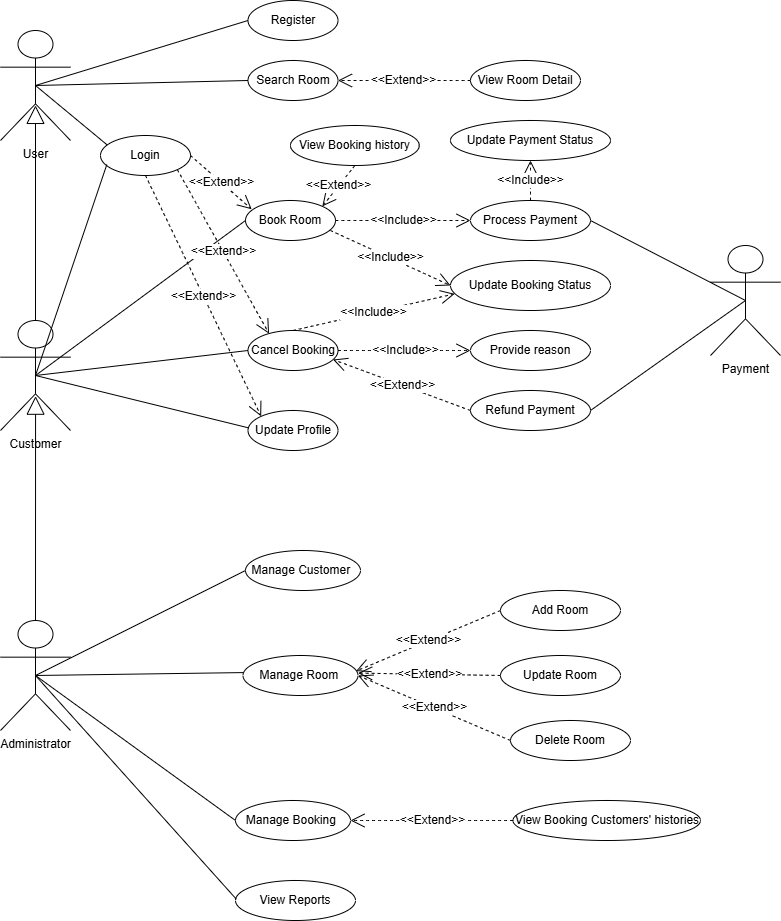
Earlier version of the draw.io export Group 11-Use-case.drawio.png (hoaipv3120-blip/project-of-group-11). Source tidied: cells renumbered, new cells last; positions are measured from the earlier drawing's top-left corner, leaving out a move shared by most shapes.
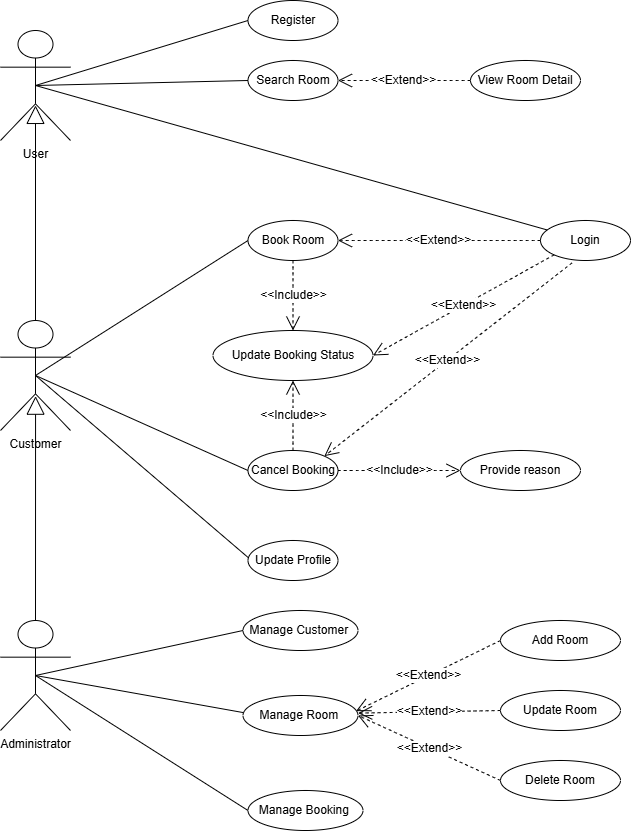
Above is the later version.

What changed in the source:
```diff
@@ -21,7 +21,7 @@
       <mxGeometry x="247.5" width="90" height="40" as="geometry" />
     </mxCell>
     <mxCell id="8" value="Login" style="ellipse;whiteSpace=wrap;html=1;" parent="1" vertex="1">
-      <mxGeometry x="100" y="135" width="90" height="40" as="geometry" />
+      <mxGeometry x="540" y="220" width="90" height="40" as="geometry" />
     </mxCell>
     <mxCell id="9" value="Search Room" style="ellipse;whiteSpace=wrap;html=1;" parent="1" vertex="1">
       <mxGeometry x="247.5" y="60" width="90" height="40" as="geometry" />
@@ -30,17 +30,14 @@
       <mxGeometry x="470" y="60" width="110" height="40" as="geometry" />
     </mxCell>
     <mxCell id="11" value="Book Room" style="ellipse;whiteSpace=wrap;html=1;" parent="1" vertex="1">
-      <mxGeometry x="245" y="200" width="90" height="40" as="geometry" />
+      <mxGeometry x="247.5" y="220" width="90" height="40" as="geometry" />
     </mxCell>
     <mxCell id="12" value="Cancel Booking" style="ellipse;whiteSpace=wrap;html=1;" parent="1" vertex="1">
-      <mxGeometry x="247.5" y="330" width="90" height="40" as="geometry" />
+      <mxGeometry x="247.5" y="450" width="90" height="40" as="geometry" />
     </mxCell>
     <mxCell id="13" value="Update Profile" style="ellipse;whiteSpace=wrap;html=1;" parent="1" vertex="1">
-      <mxGeometry x="247.5" y="410" width="90" height="40" as="geometry" />
+      <mxGeometry x="247.5" y="540" width="90" height="40" as="geometry" />
     </mxCell>
-    <mxCell id="14" style="endArrow=none;html=1;rounded=0;fontSize=12;startSize=8;endSize=8;curved=1;exitX=0.5;exitY=0.5;exitDx=0;exitDy=0;exitPerimeter=0;entryX=0.07;entryY=0.729;entryDx=0;entryDy=0;entryPerimeter=0;" parent="1" edge="1" source="3" target="8">
-      <mxGeometry relative="1" as="geometry" />
-    </mxCell>
     <mxCell id="15" style="endArrow=none;html=1;rounded=0;fontSize=12;startSize=8;endSize=8;curved=1;exitX=0.5;exitY=0.5;exitDx=0;exitDy=0;exitPerimeter=0;entryX=0;entryY=0.5;entryDx=0;entryDy=0;" parent="1" edge="1" source="3" target="11">
       <mxGeometry relative="1" as="geometry" />
     </mxCell>
@@ -56,9 +53,6 @@
     <mxCell id="19" style="endArrow=none;html=1;rounded=0;fontSize=12;startSize=8;endSize=8;curved=1;exitX=0.5;exitY=0.5;exitDx=0;exitDy=0;exitPerimeter=0;entryX=0;entryY=0.5;entryDx=0;entryDy=0;" parent="1" edge="1" source="3" target="12">
       <mxGeometry relative="1" as="geometry" />
     </mxCell>
-    <mxCell id="20" value="View Booking Customers' histories" style="ellipse;whiteSpace=wrap;html=1;" parent="1" vertex="1">
-      <mxGeometry x="512.5" y="800" width="187.5" height="40" as="geometry" />
-    </mxCell>
     <mxCell id="21" style="endArrow=none;html=1;rounded=0;fontSize=12;startSize=8;endSize=8;curved=1;exitX=0.5;exitY=0.5;exitDx=0;exitDy=0;exitPerimeter=0;entryX=0.006;entryY=0.434;entryDx=0;entryDy=0;entryPerimeter=0;" parent="1" edge="1" source="3" target="13">
       <mxGeometry relative="1" as="geometry" />
     </mxCell>
@@ -66,83 +60,53 @@
       <mxGeometry relative="1" as="geometry" />
     </mxCell>
     <mxCell id="23" value="Manage Customer&amp;nbsp;" style="ellipse;whiteSpace=wrap;html=1;" parent="1" vertex="1">
-      <mxGeometry x="245" y="550" width="115" height="40" as="geometry" />
+      <mxGeometry x="242.5" y="610" width="115" height="40" as="geometry" />
     </mxCell>
-    <mxCell id="24" value="View Reports" style="ellipse;whiteSpace=wrap;html=1;" parent="1" vertex="1">
-      <mxGeometry x="235" y="880" width="120" height="40" as="geometry" />
-    </mxCell>
     <mxCell id="25" style="endArrow=none;html=1;rounded=0;fontSize=12;startSize=8;endSize=8;curved=1;exitX=0.5;exitY=0.5;exitDx=0;exitDy=0;exitPerimeter=0;entryX=0;entryY=0.5;entryDx=0;entryDy=0;" parent="1" edge="1" source="4" target="23">
       <mxGeometry relative="1" as="geometry" />
     </mxCell>
     <mxCell id="26" value="Manage Room&amp;nbsp;" style="ellipse;whiteSpace=wrap;html=1;" parent="1" vertex="1">
-      <mxGeometry x="242.5" y="655" width="115" height="40" as="geometry" />
+      <mxGeometry x="242.5" y="695" width="115" height="40" as="geometry" />
     </mxCell>
     <mxCell id="27" style="endArrow=none;html=1;rounded=0;fontSize=12;startSize=8;endSize=8;curved=1;exitX=0.5;exitY=0.5;exitDx=0;exitDy=0;exitPerimeter=0;entryX=0.002;entryY=0.427;entryDx=0;entryDy=0;entryPerimeter=0;" parent="1" edge="1" source="4" target="26">
       <mxGeometry relative="1" as="geometry" />
     </mxCell>
     <mxCell id="28" value="Manage Booking&amp;nbsp;" style="ellipse;whiteSpace=wrap;html=1;" parent="1" vertex="1">
-      <mxGeometry x="235" y="800" width="115" height="40" as="geometry" />
+      <mxGeometry x="247.5" y="790" width="115" height="40" as="geometry" />
     </mxCell>
     <mxCell id="29" style="endArrow=none;html=1;rounded=0;fontSize=12;startSize=8;endSize=8;curved=1;exitX=0.5;exitY=0.5;exitDx=0;exitDy=0;exitPerimeter=0;entryX=0;entryY=0.5;entryDx=0;entryDy=0;" parent="1" edge="1" source="4" target="28">
       <mxGeometry relative="1" as="geometry" />
     </mxCell>
-    <mxCell id="30" style="endArrow=none;html=1;rounded=0;fontSize=12;startSize=8;endSize=8;curved=1;exitX=0.5;exitY=0.5;exitDx=0;exitDy=0;exitPerimeter=0;entryX=0.007;entryY=0.467;entryDx=0;entryDy=0;entryPerimeter=0;" parent="1" edge="1" source="4" target="24">
-      <mxGeometry relative="1" as="geometry" />
-    </mxCell>
-    <mxCell id="31" value="Payment" style="shape=umlActor;verticalLabelPosition=bottom;verticalAlign=top;html=1;" parent="1" vertex="1">
-      <mxGeometry x="710" y="245" width="70" height="110" as="geometry" />
-    </mxCell>
-    <mxCell id="32" value="Process Payment" style="ellipse;whiteSpace=wrap;html=1;" parent="1" vertex="1">
-      <mxGeometry x="470" y="200" width="120" height="40" as="geometry" />
-    </mxCell>
-    <mxCell id="33" value="Refund Payment" style="ellipse;whiteSpace=wrap;html=1;" parent="1" vertex="1">
-      <mxGeometry x="470" y="390" width="120" height="40" as="geometry" />
-    </mxCell>
     <mxCell id="34" value="Provide reason" style="ellipse;whiteSpace=wrap;html=1;" parent="1" vertex="1">
-      <mxGeometry x="470" y="330" width="120" height="40" as="geometry" />
+      <mxGeometry x="460" y="450" width="120" height="40" as="geometry" />
     </mxCell>
-    <mxCell id="35" value="&amp;lt;&amp;lt;Include&amp;gt;&amp;gt;" style="endArrow=open;endSize=12;dashed=1;html=1;rounded=0;fontSize=12;curved=1;entryX=0;entryY=0.5;entryDx=0;entryDy=0;exitX=1;exitY=0.5;exitDx=0;exitDy=0;" parent="1" edge="1" source="11" target="32">
-      <mxGeometry relative="1" as="geometry" />
-    </mxCell>
-    <mxCell id="36" style="endArrow=none;html=1;rounded=0;exitX=1;exitY=0.5;exitDx=0;exitDy=0;entryX=0.5;entryY=0.5;entryDx=0;entryDy=0;entryPerimeter=0;" parent="1" edge="1" source="32" target="31">
-      <mxGeometry relative="1" as="geometry" />
-    </mxCell>
-    <mxCell id="37" style="endArrow=none;html=1;rounded=0;exitX=1;exitY=0.5;exitDx=0;exitDy=0;entryX=0.5;entryY=0.5;entryDx=0;entryDy=0;entryPerimeter=0;" parent="1" edge="1" source="33" target="31">
-      <mxGeometry relative="1" as="geometry" />
-    </mxCell>
-    <mxCell id="38" value="&amp;lt;&amp;lt;Extend&amp;gt;&amp;gt;" style="endArrow=open;endSize=12;dashed=1;html=1;rounded=0;fontSize=12;curved=1;exitX=1;exitY=0.5;exitDx=0;exitDy=0;entryX=0.069;entryY=0.219;entryDx=0;entryDy=0;entryPerimeter=0;" parent="1" edge="1" source="8" target="11">
+    <mxCell id="38" value="&amp;lt;&amp;lt;Extend&amp;gt;&amp;gt;" style="endArrow=open;endSize=12;dashed=1;html=1;rounded=0;fontSize=12;curved=1;exitX=0.349;exitY=1.062;exitDx=0;exitDy=0;entryX=1;entryY=0;entryDx=0;entryDy=0;exitPerimeter=0;" parent="1" edge="1" source="8" target="12">
       <mxGeometry relative="1" as="geometry" />
     </mxCell>
-    <mxCell id="39" value="&lt;span style=&quot;text-align: left;&quot;&gt;Update Payment Status&lt;/span&gt;" style="ellipse;whiteSpace=wrap;html=1;" parent="1" vertex="1">
-      <mxGeometry x="450" y="120" width="160" height="40" as="geometry" />
-    </mxCell>
-    <mxCell id="40" value="&amp;lt;&amp;lt;Extend&amp;gt;&amp;gt;" style="endArrow=open;endSize=12;dashed=1;html=1;rounded=0;fontSize=12;curved=1;exitX=0.5;exitY=1;exitDx=0;exitDy=0;entryX=0;entryY=0;entryDx=0;entryDy=0;" parent="1" edge="1" source="8" target="13">
+    <mxCell id="40" value="&amp;lt;&amp;lt;Extend&amp;gt;&amp;gt;" style="endArrow=open;endSize=12;dashed=1;html=1;rounded=0;fontSize=12;curved=1;exitX=0;exitY=0.5;exitDx=0;exitDy=0;entryX=1;entryY=0.5;entryDx=0;entryDy=0;" parent="1" edge="1" source="8" target="11">
       <mxGeometry relative="1" as="geometry" />
     </mxCell>
-    <mxCell id="41" value="&amp;lt;&amp;lt;Extend&amp;gt;&amp;gt;" style="endArrow=open;endSize=12;dashed=1;html=1;rounded=0;fontSize=12;curved=1;exitX=1;exitY=1;exitDx=0;exitDy=0;entryX=0.234;entryY=0.08;entryDx=0;entryDy=0;entryPerimeter=0;" parent="1" edge="1" source="8" target="12">
+    <mxCell id="41" value="&amp;lt;&amp;lt;Extend&amp;gt;&amp;gt;" style="endArrow=open;endSize=12;dashed=1;html=1;rounded=0;fontSize=12;curved=1;exitX=0;exitY=1;exitDx=0;exitDy=0;entryX=1;entryY=0.5;entryDx=0;entryDy=0;" parent="1" edge="1" source="8" target="45">
       <mxGeometry relative="1" as="geometry" />
     </mxCell>
     <mxCell id="42" value="Add Room" style="ellipse;whiteSpace=wrap;html=1;" parent="1" vertex="1">
-      <mxGeometry x="500" y="590" width="120" height="40" as="geometry" />
+      <mxGeometry x="500" y="620" width="120" height="40" as="geometry" />
     </mxCell>
     <mxCell id="43" value="Update Room" style="ellipse;whiteSpace=wrap;html=1;" parent="1" vertex="1">
-      <mxGeometry x="500" y="655" width="120" height="40" as="geometry" />
+      <mxGeometry x="500" y="690" width="120" height="40" as="geometry" />
     </mxCell>
     <mxCell id="44" value="Delete Room" style="ellipse;whiteSpace=wrap;html=1;" parent="1" vertex="1">
-      <mxGeometry x="510" y="720" width="120" height="40" as="geometry" />
+      <mxGeometry x="500" y="760" width="120" height="40" as="geometry" />
     </mxCell>
     <mxCell id="45" value="&lt;span style=&quot;text-align: left;&quot;&gt;Update Booking Status&lt;/span&gt;" style="ellipse;whiteSpace=wrap;html=1;" parent="1" vertex="1">
-      <mxGeometry x="450" y="260" width="160" height="50" as="geometry" />
+      <mxGeometry x="212.5" y="330" width="160" height="50" as="geometry" />
     </mxCell>
-    <mxCell id="46" value="&amp;lt;&amp;lt;Include&amp;gt;&amp;gt;" style="endArrow=open;endSize=12;dashed=1;html=1;rounded=0;fontSize=12;curved=1;entryX=0.026;entryY=0.667;entryDx=0;entryDy=0;exitX=0.5;exitY=0;exitDx=0;exitDy=0;entryPerimeter=0;" parent="1" edge="1" source="12" target="45">
+    <mxCell id="46" value="&amp;lt;&amp;lt;Include&amp;gt;&amp;gt;" style="endArrow=open;endSize=12;dashed=1;html=1;rounded=0;fontSize=12;curved=1;entryX=0.5;entryY=1;entryDx=0;entryDy=0;exitX=0.5;exitY=0;exitDx=0;exitDy=0;" parent="1" edge="1" source="12" target="45">
       <mxGeometry relative="1" as="geometry" />
     </mxCell>
-    <mxCell id="47" value="&amp;lt;&amp;lt;Include&amp;gt;&amp;gt;" style="endArrow=open;endSize=12;dashed=1;html=1;rounded=0;fontSize=12;curved=1;entryX=0;entryY=0.5;entryDx=0;entryDy=0;exitX=0.944;exitY=0.75;exitDx=0;exitDy=0;exitPerimeter=0;" parent="1" edge="1" source="11" target="45">
+    <mxCell id="47" value="&amp;lt;&amp;lt;Include&amp;gt;&amp;gt;" style="endArrow=open;endSize=12;dashed=1;html=1;rounded=0;fontSize=12;curved=1;entryX=0.5;entryY=0;entryDx=0;entryDy=0;exitX=0.5;exitY=1;exitDx=0;exitDy=0;" parent="1" edge="1" source="11" target="45">
       <mxGeometry relative="1" as="geometry" />
     </mxCell>
-    <mxCell id="48" value="&amp;lt;&amp;lt;Include&amp;gt;&amp;gt;" style="endArrow=open;endSize=12;dashed=1;html=1;rounded=0;fontSize=12;curved=1;entryX=0.5;entryY=1;entryDx=0;entryDy=0;exitX=0.5;exitY=0;exitDx=0;exitDy=0;" parent="1" edge="1" source="32" target="39">
-      <mxGeometry relative="1" as="geometry" />
-    </mxCell>
     <mxCell id="49" value="&amp;lt;&amp;lt;Extend&amp;gt;&amp;gt;" style="endArrow=open;endSize=12;dashed=1;html=1;rounded=0;fontSize=12;curved=1;exitX=0;exitY=0.5;exitDx=0;exitDy=0;entryX=0.983;entryY=0.39;entryDx=0;entryDy=0;entryPerimeter=0;" parent="1" edge="1" source="42" target="26">
       <mxGeometry relative="1" as="geometry" />
     </mxCell>
@@ -155,17 +119,5 @@
     <mxCell id="52" value="&amp;lt;&amp;lt;Include&amp;gt;&amp;gt;" style="endArrow=open;endSize=12;dashed=1;html=1;rounded=0;fontSize=12;curved=1;entryX=0;entryY=0.5;entryDx=0;entryDy=0;exitX=1;exitY=0.5;exitDx=0;exitDy=0;" parent="1" edge="1" source="12" target="34">
       <mxGeometry relative="1" as="geometry" />
     </mxCell>
-    <mxCell id="53" value="&amp;lt;&amp;lt;Extend&amp;gt;&amp;gt;" style="endArrow=open;endSize=12;dashed=1;html=1;rounded=0;fontSize=12;curved=1;exitX=0;exitY=0.5;exitDx=0;exitDy=0;entryX=1;entryY=0.5;entryDx=0;entryDy=0;" parent="1" edge="1" source="20" target="28">
-      <mxGeometry relative="1" as="geometry" />
-    </mxCell>
-    <mxCell id="54" value="View Booking history" style="ellipse;whiteSpace=wrap;html=1;" parent="1" vertex="1">
-      <mxGeometry x="290" y="125" width="128.8" height="40" as="geometry" />
-    </mxCell>
-    <mxCell id="55" value="&amp;lt;&amp;lt;Extend&amp;gt;&amp;gt;" style="endArrow=open;endSize=12;dashed=1;html=1;rounded=0;fontSize=12;curved=1;exitX=0.5;exitY=1;exitDx=0;exitDy=0;entryX=1;entryY=0;entryDx=0;entryDy=0;" parent="1" edge="1" source="54" target="11">
-      <mxGeometry relative="1" as="geometry" />
-    </mxCell>
-    <mxCell id="56" value="&amp;lt;&amp;lt;Extend&amp;gt;&amp;gt;" style="endArrow=open;endSize=12;dashed=1;html=1;rounded=0;fontSize=12;curved=1;entryX=0.945;entryY=0.726;entryDx=0;entryDy=0;entryPerimeter=0;exitX=0;exitY=0.5;exitDx=0;exitDy=0;" parent="1" edge="1" source="33" target="12">
-      <mxGeometry relative="1" as="geometry" />
-    </mxCell>
   </root>
 </mxGraphModel>
```
